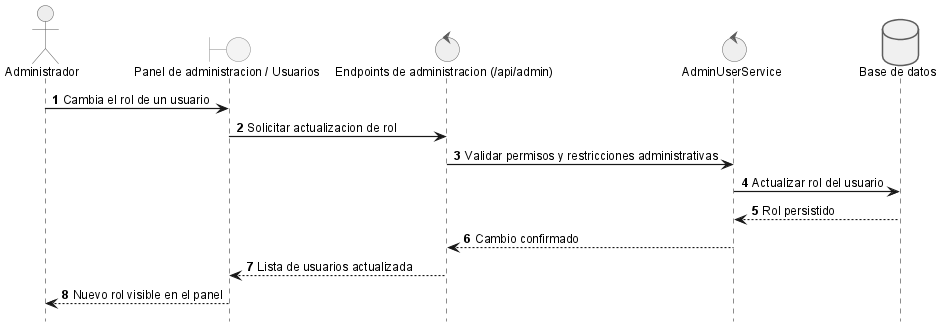
The PlantUML diagram anexos/diagramas/seq-manage-roles.png in ErDeivih/DocumentChain, before a commit.
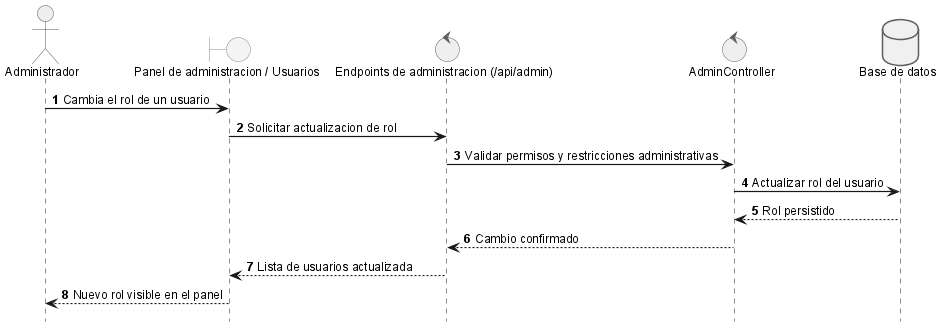
The same file after the commit.

What changed in the source:
```diff
@@ -3,7 +3,7 @@
 actor Administrador as admin
 boundary "Panel de administracion / Usuarios" as ui
 control "Endpoints de administracion (/api/admin)" as api
-control "AdminUserService" as srv
+control "AdminController" as srv
 database "Base de datos" as db
 
 admin -> ui: Cambia el rol de un usuario
```
